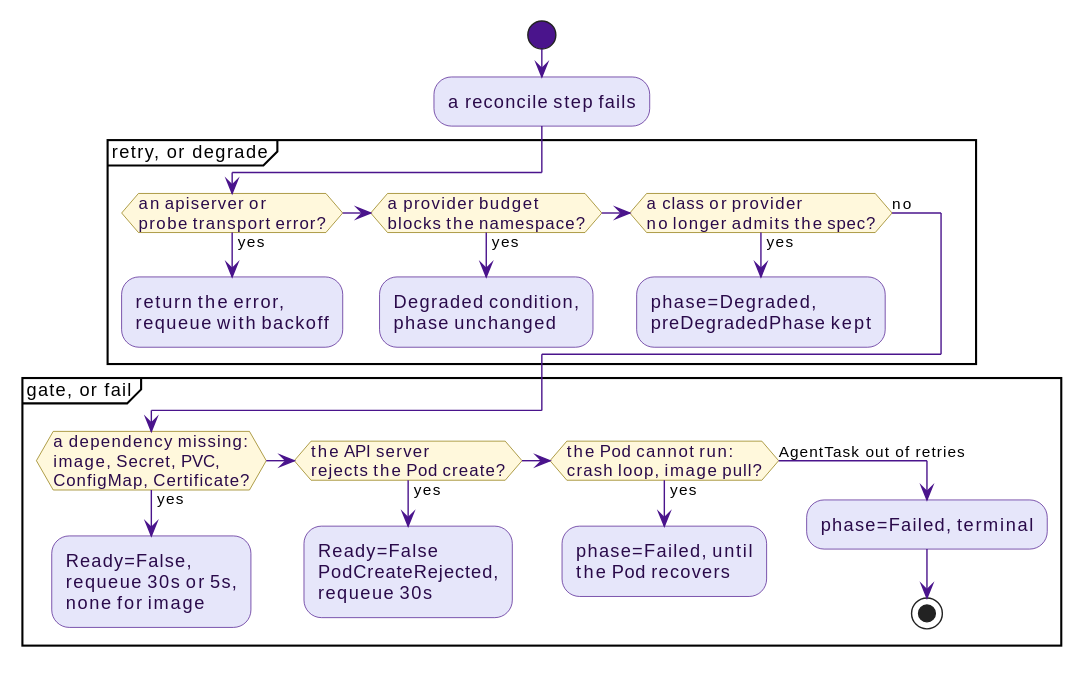
This is docs/src/diagrams/controller-error-buckets.svg from win07xp/kaalm, a PlantUML export, as it was before one commit.
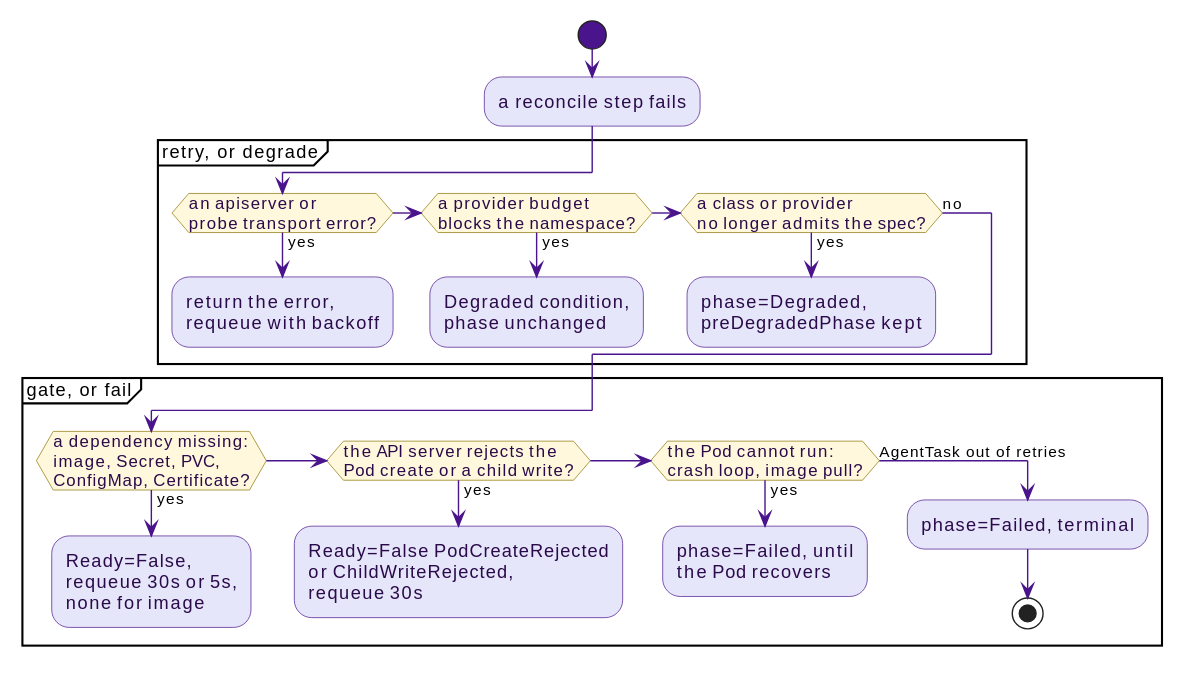
After the change.

Change to the diagram source:
```diff
@@ -22,8 +22,8 @@
   if (a dependency missing:\nimage, Secret, PVC,\nConfigMap, Certificate?) then (yes)
     :Ready=False,\nrequeue 30s or 5s,\nnone for image;
     kill
-  elseif (the API server\nrejects the Pod create?) then (yes)
-    :Ready=False\nPodCreateRejected,\nrequeue 30s;
+  elseif (the API server rejects the\nPod create or a child write?) then (yes)
+    :Ready=False PodCreateRejected\nor ChildWriteRejected,\nrequeue 30s;
     kill
   elseif (the Pod cannot run:\ncrash loop, image pull?) then (yes)
     :phase=Failed, until\nthe Pod recovers;
```
